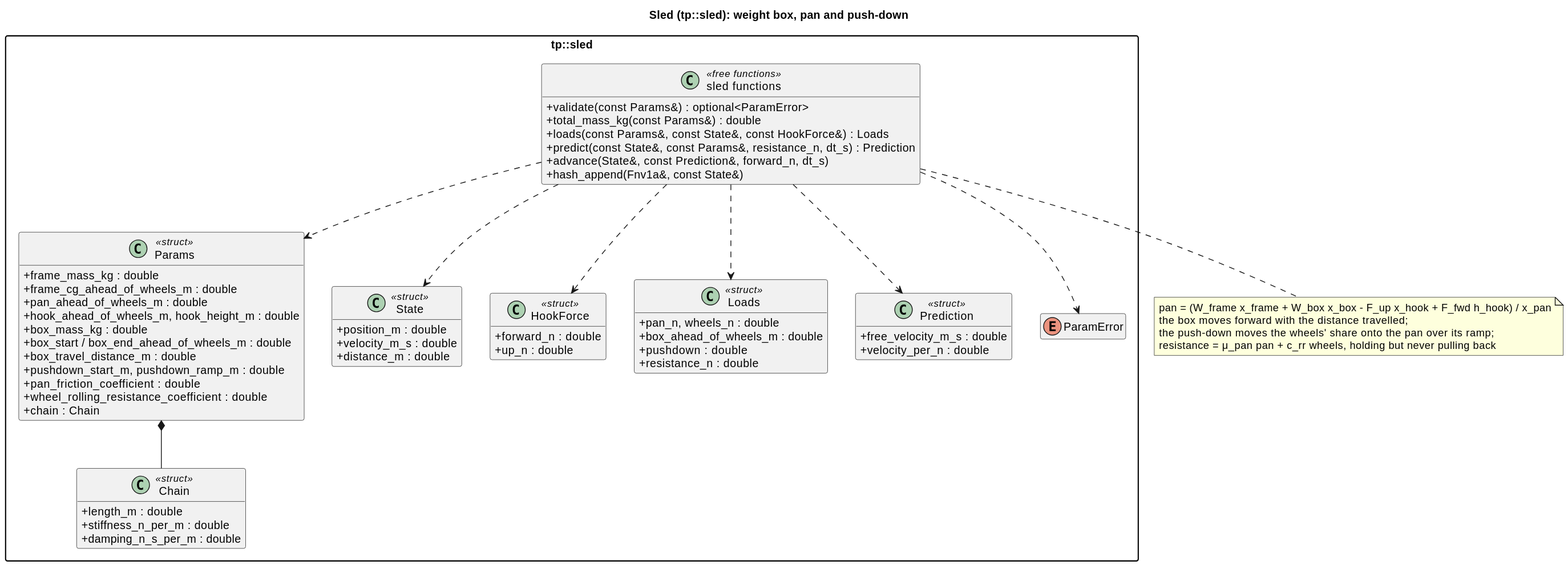
Above: docs/diagrams/svg/sled_classes.svg in wversteeg/TractorPulling (PlantUML), before the change. Source of this version:
```plantuml
@startuml
title Sled (tp::sled): weight box, pan and push-down
hide empty members
skinparam packageStyle rectangle
skinparam classAttributeIconSize 0

package "tp::sled" {
  class Params <<struct>> {
    +frame_mass_kg : double
    +frame_cg_ahead_of_wheels_m : double
    +pan_ahead_of_wheels_m : double
    +hook_ahead_of_wheels_m, hook_height_m : double
    +box_mass_kg : double
    +box_start / box_end_ahead_of_wheels_m : double
    +box_travel_distance_m : double
    +pushdown_start_m, pushdown_ramp_m : double
    +pan_friction_coefficient : double
    +wheel_rolling_resistance_coefficient : double
    +chain : Chain
  }
  class Chain <<struct>> {
    +length_m : double
    +stiffness_n_per_m : double
    +damping_n_s_per_m : double
  }
  class State <<struct>> {
    +position_m : double
    +velocity_m_s : double
    +distance_m : double
  }
  class HookForce <<struct>> {
    +forward_n : double
    +up_n : double
  }
  class Loads <<struct>> {
    +pan_n, wheels_n : double
    +box_ahead_of_wheels_m : double
    +pushdown : double
    +resistance_n : double
  }
  class Prediction <<struct>> {
    +free_velocity_m_s : double
    +velocity_per_n : double
  }
  enum ParamError
  class "sled functions" as SledFns <<free functions>> {
    +validate(const Params&) : optional<ParamError>
    +total_mass_kg(const Params&) : double
    +loads(const Params&, const State&, const HookForce&) : Loads
    +predict(const State&, const Params&, resistance_n, dt_s) : Prediction
    +advance(State&, const Prediction&, forward_n, dt_s)
    +hash_append(Fnv1a&, const State&)
  }
  Params *-- Chain
  SledFns ..> Params
  SledFns ..> State
  SledFns ..> HookForce
  SledFns ..> Loads
  SledFns ..> Prediction
  SledFns ..> ParamError
}
note bottom of SledFns
  pan = (W_frame x_frame + W_box x_box - F_up x_hook + F_fwd h_hook) / x_pan
  the box moves forward with the distance travelled;
  the push-down moves the wheels' share onto the pan over its ramp;
  resistance = μ_pan pan + c_rr wheels, holding but never pulling back
end note
@enduml
```
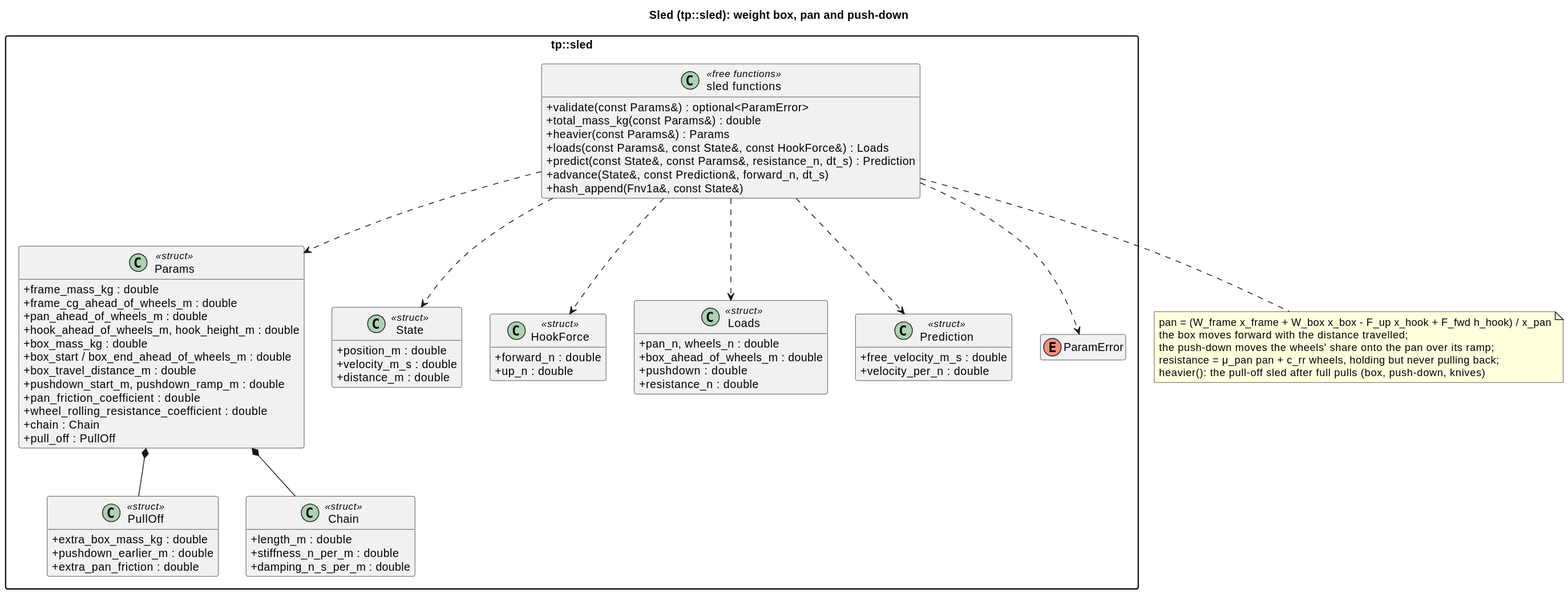
The same file after the commit.

Diff of the diagram source:
```diff
@@ -17,6 +17,12 @@
     +pan_friction_coefficient : double
     +wheel_rolling_resistance_coefficient : double
     +chain : Chain
+    +pull_off : PullOff
+  }
+  class PullOff <<struct>> {
+    +extra_box_mass_kg : double
+    +pushdown_earlier_m : double
+    +extra_pan_friction : double
   }
   class Chain <<struct>> {
     +length_m : double
@@ -46,12 +52,14 @@
   class "sled functions" as SledFns <<free functions>> {
     +validate(const Params&) : optional<ParamError>
     +total_mass_kg(const Params&) : double
+    +heavier(const Params&) : Params
     +loads(const Params&, const State&, const HookForce&) : Loads
     +predict(const State&, const Params&, resistance_n, dt_s) : Prediction
     +advance(State&, const Prediction&, forward_n, dt_s)
     +hash_append(Fnv1a&, const State&)
   }
   Params *-- Chain
+  Params *-- PullOff
   SledFns ..> Params
   SledFns ..> State
   SledFns ..> HookForce
@@ -63,6 +71,7 @@
   pan = (W_frame x_frame + W_box x_box - F_up x_hook + F_fwd h_hook) / x_pan
   the box moves forward with the distance travelled;
   the push-down moves the wheels' share onto the pan over its ramp;
-  resistance = μ_pan pan + c_rr wheels, holding but never pulling back
+  resistance = μ_pan pan + c_rr wheels, holding but never pulling back;
+  heavier(): the pull-off sled after full pulls (box, push-down, knives)
 end note
 @enduml
```
